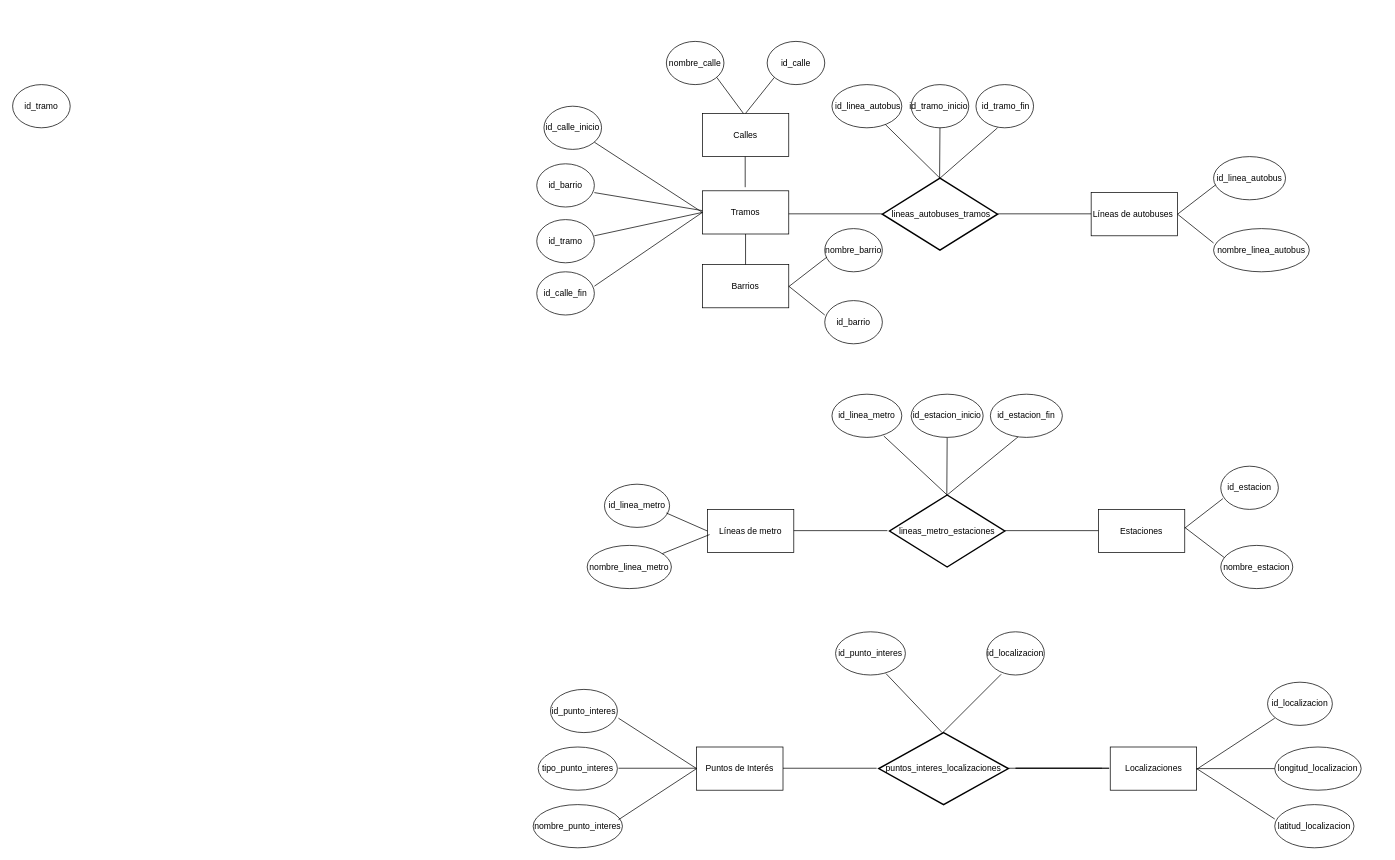
Above: cosas_varias/Diagrama de flujo de base de datos.drawio in Alexx231/python (draw.io), before the change. Source tidied: cells renumbered, new cells numbered last; positions are measured from the earlier drawing's top-left corner, leaving out a move shared by most shapes. Both pictures are drawn from the tidied source at 72%, with x=0, y=0 at pixel (12, 41).
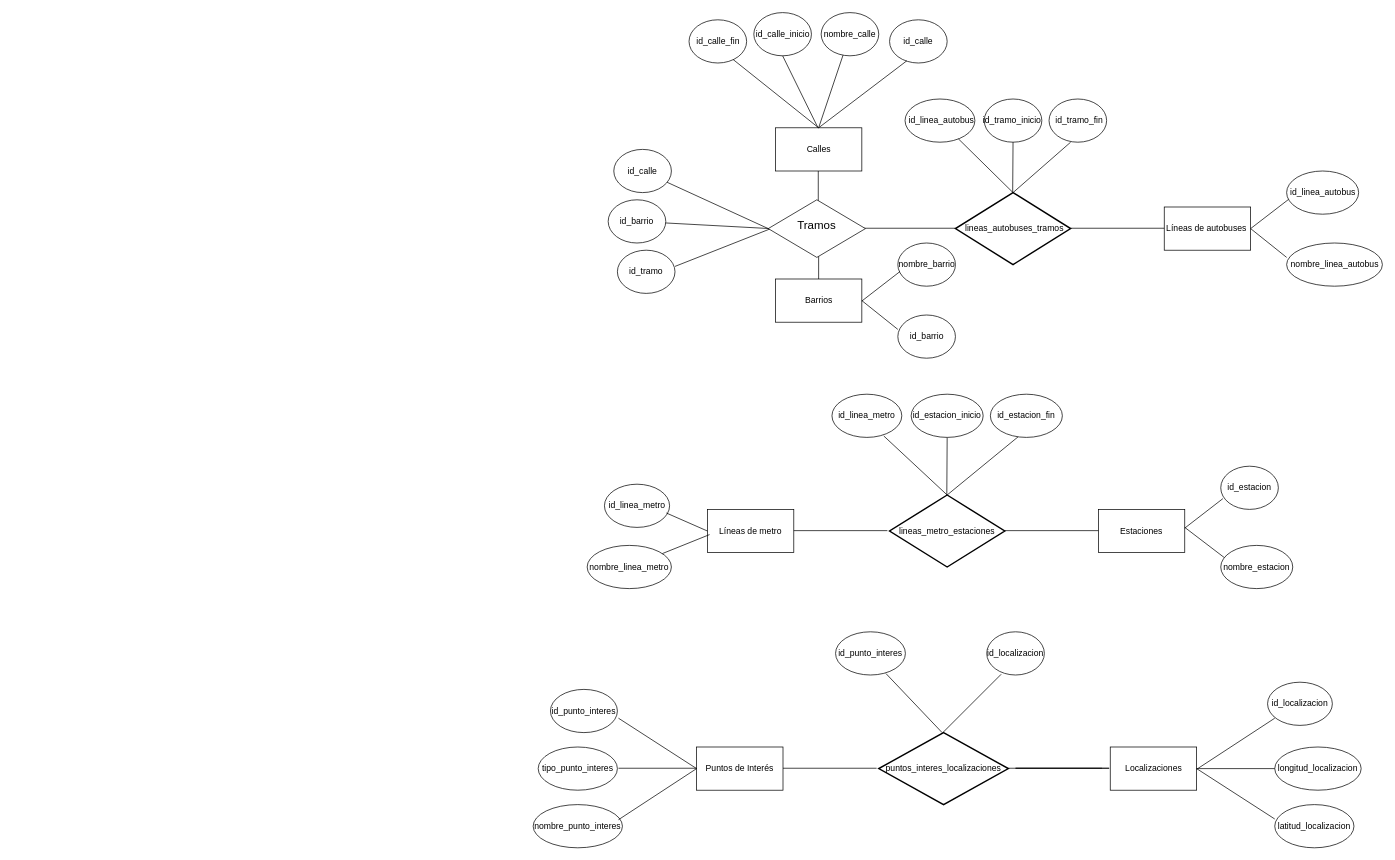
After the change.

What changed in the source:
```diff
@@
     <mxCell id="2" value="Barrios" style="rounded=0;whiteSpace=wrap;html=1;" parent="1" vertex="1">
-      <mxGeometry x="958" y="310" width="120" height="60" as="geometry" />
+      <mxGeometry x="1059.5" y="330" width="120" height="60" as="geometry" />
     </mxCell>
-    <mxCell id="3" value="Tramos" style="rounded=0;whiteSpace=wrap;html=1;" parent="1" vertex="1">
-      <mxGeometry x="958" y="207.5" width="120" height="60" as="geometry" />
-    </mxCell>
     <mxCell id="4" value="Calles" style="rounded=0;whiteSpace=wrap;html=1;" parent="1" vertex="1">
-      <mxGeometry x="958" y="100" width="120" height="60" as="geometry" />
+      <mxGeometry x="1059.5" y="120" width="120" height="60" as="geometry" />
     </mxCell>
@@
     <mxCell id="8" value="Líneas de autobuses&amp;nbsp;" style="rounded=0;whiteSpace=wrap;html=1;" parent="1" vertex="1">
-      <mxGeometry x="1498" y="210" width="120" height="60" as="geometry" />
+      <mxGeometry x="1599.5" y="230" width="120" height="60" as="geometry" />
     </mxCell>
     <mxCell id="9" value="&amp;nbsp;lineas_autobuses_tramos" style="strokeWidth=2;html=1;shape=mxgraph.flowchart.decision;whiteSpace=wrap;" parent="1" vertex="1">
-      <mxGeometry x="1208" y="190" width="160" height="100" as="geometry" />
+      <mxGeometry x="1309.5" y="210" width="160" height="100" as="geometry" />
     </mxCell>
@@
     <mxCell id="11" value="nombre_calle" style="ellipse;whiteSpace=wrap;html=1;" parent="1" vertex="1">
-      <mxGeometry x="908" width="80" height="60" as="geometry" />
+      <mxGeometry x="1123" y="-40" width="80" height="60" as="geometry" />
     </mxCell>
     <mxCell id="12" value="id_calle" style="ellipse;whiteSpace=wrap;html=1;" parent="1" vertex="1">
-      <mxGeometry x="1048" width="80" height="60" as="geometry" />
+      <mxGeometry x="1218" y="-30" width="80" height="60" as="geometry" />
     </mxCell>
     <mxCell id="13" value="id_calle_inicio" style="ellipse;whiteSpace=wrap;html=1;" parent="1" vertex="1">
-      <mxGeometry x="738" y="90" width="80" height="60" as="geometry" />
+      <mxGeometry x="1029.5" y="-40" width="80" height="60" as="geometry" />
     </mxCell>
@@
     <mxCell id="15" value="id_linea_autobus" style="ellipse;whiteSpace=wrap;html=1;" parent="1" vertex="1">
-      <mxGeometry x="1668" y="160" width="100" height="60" as="geometry" />
+      <mxGeometry x="1769.5" y="180" width="100" height="60" as="geometry" />
     </mxCell>
@@
     <mxCell id="19" value="nombre_linea_autobus" style="ellipse;whiteSpace=wrap;html=1;" parent="1" vertex="1">
-      <mxGeometry x="1668" y="260" width="133" height="60" as="geometry" />
+      <mxGeometry x="1769.5" y="280" width="133" height="60" as="geometry" />
     </mxCell>
@@
     <mxCell id="23" value="id_barrio" style="ellipse;whiteSpace=wrap;html=1;" parent="1" vertex="1">
-      <mxGeometry x="1128" y="360" width="80" height="60" as="geometry" />
+      <mxGeometry x="1229.5" y="380" width="80" height="60" as="geometry" />
     </mxCell>
     <mxCell id="24" value="id_barrio" style="ellipse;whiteSpace=wrap;html=1;" parent="1" vertex="1">
-      <mxGeometry x="728" y="170" width="80" height="60" as="geometry" />
+      <mxGeometry x="827.2" y="220" width="80" height="60" as="geometry" />
     </mxCell>
     <mxCell id="25" value="id_tramo" style="ellipse;whiteSpace=wrap;html=1;" parent="1" vertex="1">
-      <mxGeometry x="728" y="247.5" width="80" height="60" as="geometry" />
+      <mxGeometry x="840" y="290" width="80" height="60" as="geometry" />
     </mxCell>
     <mxCell id="26" value="nombre_barrio" style="ellipse;whiteSpace=wrap;html=1;" parent="1" vertex="1">
-      <mxGeometry x="1128" y="260" width="80" height="60" as="geometry" />
+      <mxGeometry x="1229.5" y="280" width="80" height="60" as="geometry" />
     </mxCell>
@@
     <mxCell id="28" value="id_tramo_inicio&amp;nbsp;" style="ellipse;whiteSpace=wrap;html=1;" parent="1" vertex="1">
-      <mxGeometry x="1248" y="60" width="80" height="60" as="geometry" />
+      <mxGeometry x="1349.5" y="80" width="80" height="60" as="geometry" />
     </mxCell>
     <mxCell id="29" value="&amp;nbsp;id_tramo_fin" style="ellipse;whiteSpace=wrap;html=1;" parent="1" vertex="1">
-      <mxGeometry x="1338" y="60" width="80" height="60" as="geometry" />
+      <mxGeometry x="1439.5" y="80" width="80" height="60" as="geometry" />
     </mxCell>
     <mxCell id="30" value="&amp;nbsp;id_linea_autobus" style="ellipse;whiteSpace=wrap;html=1;" parent="1" vertex="1">
-      <mxGeometry x="1138" y="60" width="97" height="60" as="geometry" />
+      <mxGeometry x="1239.5" y="80" width="97" height="60" as="geometry" />
     </mxCell>
     <mxCell id="31" style="endArrow=none;html=1;rounded=0;" parent="1" edge="1">
       <mxGeometry relative="1" as="geometry">
-        <mxPoint x="1287.5" y="190" as="sourcePoint" />
-        <mxPoint x="1288" y="120" as="targetPoint" />
+        <mxPoint x="1389" y="210" as="sourcePoint" />
+        <mxPoint x="1389.5" y="140" as="targetPoint" />
       </mxGeometry>
     </mxCell>
     <mxCell id="32" style="endArrow=none;html=1;rounded=0;" parent="1" edge="1">
       <mxGeometry relative="1" as="geometry">
-        <mxPoint x="1288" y="190" as="sourcePoint" />
-        <mxPoint x="1368" y="120" as="targetPoint" />
+        <mxPoint x="1389.5" y="210" as="sourcePoint" />
+        <mxPoint x="1469.5" y="140" as="targetPoint" />
       </mxGeometry>
     </mxCell>
     <mxCell id="33" style="endArrow=none;html=1;rounded=0;" parent="1" edge="1" source="30">
       <mxGeometry relative="1" as="geometry">
-        <mxPoint x="1288" y="190" as="targetPoint" />
+        <mxPoint x="1389.5" y="210" as="targetPoint" />
       </mxGeometry>
     </mxCell>
@@
     <mxCell id="49" style="endArrow=none;html=1;rounded=0;entryX=0;entryY=0.5;entryDx=0;entryDy=0;" parent="1" edge="1">
       <mxGeometry relative="1" as="geometry">
-        <mxPoint x="1078" y="239.5" as="sourcePoint" />
-        <mxPoint x="1208" y="239.5" as="targetPoint" />
+        <mxPoint x="1179.5" y="259.5" as="sourcePoint" />
+        <mxPoint x="1309.5" y="259.5" as="targetPoint" />
       </mxGeometry>
     </mxCell>
@@
     <mxCell id="51" style="endArrow=none;html=1;rounded=0;entryX=0;entryY=0.5;entryDx=0;entryDy=0;" parent="1" edge="1">
       <mxGeometry relative="1" as="geometry">
-        <mxPoint x="1368" y="239.5" as="sourcePoint" />
-        <mxPoint x="1498" y="239.5" as="targetPoint" />
+        <mxPoint x="1469.5" y="259.5" as="sourcePoint" />
+        <mxPoint x="1599.5" y="259.5" as="targetPoint" />
       </mxGeometry>
     </mxCell>
@@
     <mxCell id="56" style="endArrow=none;html=1;rounded=0;exitX=0.5;exitY=0;exitDx=0;exitDy=0;exitPerimeter=0;entryX=0.5;entryY=1;entryDx=0;entryDy=0;" parent="1" edge="1" source="2">
       <mxGeometry relative="1" as="geometry">
-        <mxPoint x="1018" y="267.5" as="targetPoint" />
+        <mxPoint x="1119.5" y="287.5" as="targetPoint" />
       </mxGeometry>
     </mxCell>
     <mxCell id="57" style="endArrow=none;html=1;rounded=0;entryX=0.027;entryY=0.657;entryDx=0;entryDy=0;entryPerimeter=0;" parent="1" edge="1" target="15">
       <mxGeometry relative="1" as="geometry">
-        <mxPoint x="1618" y="240" as="sourcePoint" />
+        <mxPoint x="1719.5" y="260" as="sourcePoint" />
       </mxGeometry>
     </mxCell>
     <mxCell id="58" style="endArrow=none;html=1;rounded=0;exitX=1;exitY=0.5;exitDx=0;exitDy=0;" parent="1" edge="1" source="8">
       <mxGeometry relative="1" as="geometry">
-        <mxPoint x="1668" y="280" as="targetPoint" />
+        <mxPoint x="1769.5" y="300" as="targetPoint" />
       </mxGeometry>
     </mxCell>
-    <mxCell id="59" value="id_tramo" style="ellipse;whiteSpace=wrap;html=1;" parent="1" vertex="1">
-      <mxGeometry y="60" width="80" height="60" as="geometry" />
-    </mxCell>
-    <mxCell id="60" style="endArrow=none;html=1;rounded=0;" parent="1" edge="1">
+    <mxCell id="60" style="endArrow=none;html=1;rounded=0;" parent="1" edge="1" source="24">
       <mxGeometry relative="1" as="geometry">
-        <mxPoint x="808" y="210" as="sourcePoint" />
-        <mxPoint x="958" y="235" as="targetPoint" />
+        <mxPoint x="1052" y="260" as="targetPoint" />
       </mxGeometry>
     </mxCell>
     <mxCell id="61" value="id_calle_fin" style="ellipse;whiteSpace=wrap;html=1;" parent="1" vertex="1">
-      <mxGeometry x="728" y="320" width="80" height="60" as="geometry" />
+      <mxGeometry x="939.5" y="-30" width="80" height="60" as="geometry" />
     </mxCell>
-    <mxCell id="62" style="endArrow=none;html=1;rounded=0;" parent="1" edge="1">
+    <mxCell id="62" style="endArrow=none;html=1;rounded=0;exitX=1;exitY=0.375;exitDx=0;exitDy=0;exitPerimeter=0;" parent="1" edge="1" source="25">
       <mxGeometry relative="1" as="geometry">
-        <mxPoint x="808" y="270" as="sourcePoint" />
-        <mxPoint x="958" y="237.5" as="targetPoint" />
+        <mxPoint x="1059.5" y="257.5" as="targetPoint" />
       </mxGeometry>
     </mxCell>
-    <mxCell id="63" style="endArrow=none;html=1;rounded=0;entryX=0;entryY=0.5;entryDx=0;entryDy=0;" parent="1" edge="1" target="3">
-      <mxGeometry relative="1" as="geometry">
-        <mxPoint x="808" y="340" as="sourcePoint" />
-      </mxGeometry>
-    </mxCell>
-    <mxCell id="64" style="endArrow=none;html=1;rounded=0;entryX=0;entryY=0.5;entryDx=0;entryDy=0;" parent="1" edge="1" target="3">
-      <mxGeometry relative="1" as="geometry">
-        <mxPoint x="808" y="140" as="sourcePoint" />
-      </mxGeometry>
-    </mxCell>
     <mxCell id="65" style="endArrow=none;html=1;rounded=0;entryX=0.027;entryY=0.657;entryDx=0;entryDy=0;entryPerimeter=0;" parent="1" edge="1">
       <mxGeometry relative="1" as="geometry">
-        <mxPoint x="1078" y="340.6" as="sourcePoint" />
-        <mxPoint x="1131" y="299.6" as="targetPoint" />
+        <mxPoint x="1179.5" y="360.6" as="sourcePoint" />
+        <mxPoint x="1232.5" y="319.6" as="targetPoint" />
       </mxGeometry>
     </mxCell>
     <mxCell id="66" style="endArrow=none;html=1;rounded=0;exitX=1;exitY=0.5;exitDx=0;exitDy=0;" parent="1" edge="1">
       <mxGeometry relative="1" as="geometry">
-        <mxPoint x="1078" y="340" as="sourcePoint" />
-        <mxPoint x="1128" y="380" as="targetPoint" />
+        <mxPoint x="1179.5" y="360" as="sourcePoint" />
+        <mxPoint x="1229.5" y="400" as="targetPoint" />
       </mxGeometry>
     </mxCell>
@@
     <mxCell id="77" style="endArrow=none;html=1;rounded=0;exitX=0.5;exitY=0;exitDx=0;exitDy=0;exitPerimeter=0;entryX=0.5;entryY=1;entryDx=0;entryDy=0;" parent="1" edge="1">
       <mxGeometry relative="1" as="geometry">
-        <mxPoint x="1017.5" y="202.5" as="sourcePoint" />
-        <mxPoint x="1017.5" y="160" as="targetPoint" />
+        <mxPoint x="1119" y="222.5" as="sourcePoint" />
+        <mxPoint x="1119" y="180" as="targetPoint" />
       </mxGeometry>
     </mxCell>
-    <mxCell id="78" style="endArrow=none;html=1;rounded=0;" parent="1" edge="1">
+    <mxCell id="78" style="endArrow=none;html=1;rounded=0;entryX=0.3;entryY=0.949;entryDx=0;entryDy=0;entryPerimeter=0;" parent="1" edge="1" target="12">
       <mxGeometry relative="1" as="geometry">
-        <mxPoint x="1018" y="100" as="sourcePoint" />
-        <mxPoint x="1058" y="50" as="targetPoint" />
+        <mxPoint x="1119.5" y="120" as="sourcePoint" />
       </mxGeometry>
     </mxCell>
-    <mxCell id="79" style="endArrow=none;html=1;rounded=0;" parent="1" edge="1">
-      <mxGeometry relative="1" as="geometry">
-        <mxPoint x="978" y="50" as="sourcePoint" />
-        <mxPoint x="1015" y="100" as="targetPoint" />
-      </mxGeometry>
+    <mxCell id="79" style="endArrow=none;html=1;rounded=0;entryX=0.5;entryY=0;entryDx=0;entryDy=0;" parent="1" edge="1" source="11" target="4">
+      <mxGeometry relative="1" as="geometry" />
     </mxCell>
+    <mxCell id="80" style="rhombus;whiteSpace=wrap;html=1;fontSize=16;" parent="1" vertex="1">
+      <mxGeometry x="1049.5" y="220" width="135" height="80" as="geometry" />
+    </mxCell>
+    <mxCell id="81" value="id_calle" style="ellipse;whiteSpace=wrap;html=1;" parent="1" vertex="1">
+      <mxGeometry x="835" y="150" width="80" height="60" as="geometry" />
+    </mxCell>
+    <mxCell id="82" style="endArrow=none;html=1;rounded=0;" parent="1" edge="1" source="81">
+      <mxGeometry relative="1" as="geometry">
+        <mxPoint x="1049.5" y="260" as="targetPoint" />
+      </mxGeometry>
+    </mxCell>
+    <mxCell id="83" style="endArrow=none;html=1;rounded=0;exitX=0.5;exitY=1;exitDx=0;exitDy=0;" parent="1" edge="1" source="13">
+      <mxGeometry relative="1" as="geometry">
+        <mxPoint x="1118.6" y="120" as="targetPoint" />
+      </mxGeometry>
+    </mxCell>
+    <mxCell id="84" style="endArrow=none;html=1;rounded=0;entryX=0.5;entryY=0;entryDx=0;entryDy=0;exitX=0.763;exitY=0.917;exitDx=0;exitDy=0;exitPerimeter=0;" parent="1" edge="1" source="61" target="4">
+      <mxGeometry relative="1" as="geometry" />
+    </mxCell>
+    <mxCell id="3" value="Tramos" style="text;strokeColor=none;fillColor=none;html=1;align=center;verticalAlign=middle;whiteSpace=wrap;rounded=0;fontSize=16;" parent="1" vertex="1">
+      <mxGeometry x="1087" y="240" width="60" height="30" as="geometry" />
+    </mxCell>
```
